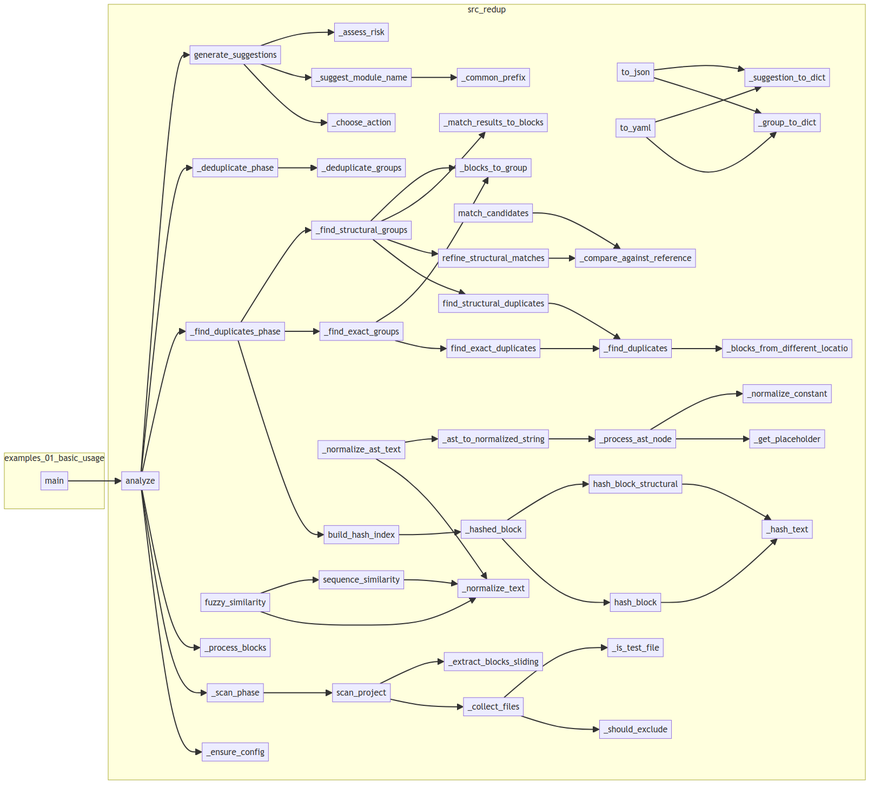
This is project/calls.png from semcod/redup, a Mermaid export, as it was before one commit. Its source is kept beside it as project/calls.mmd.
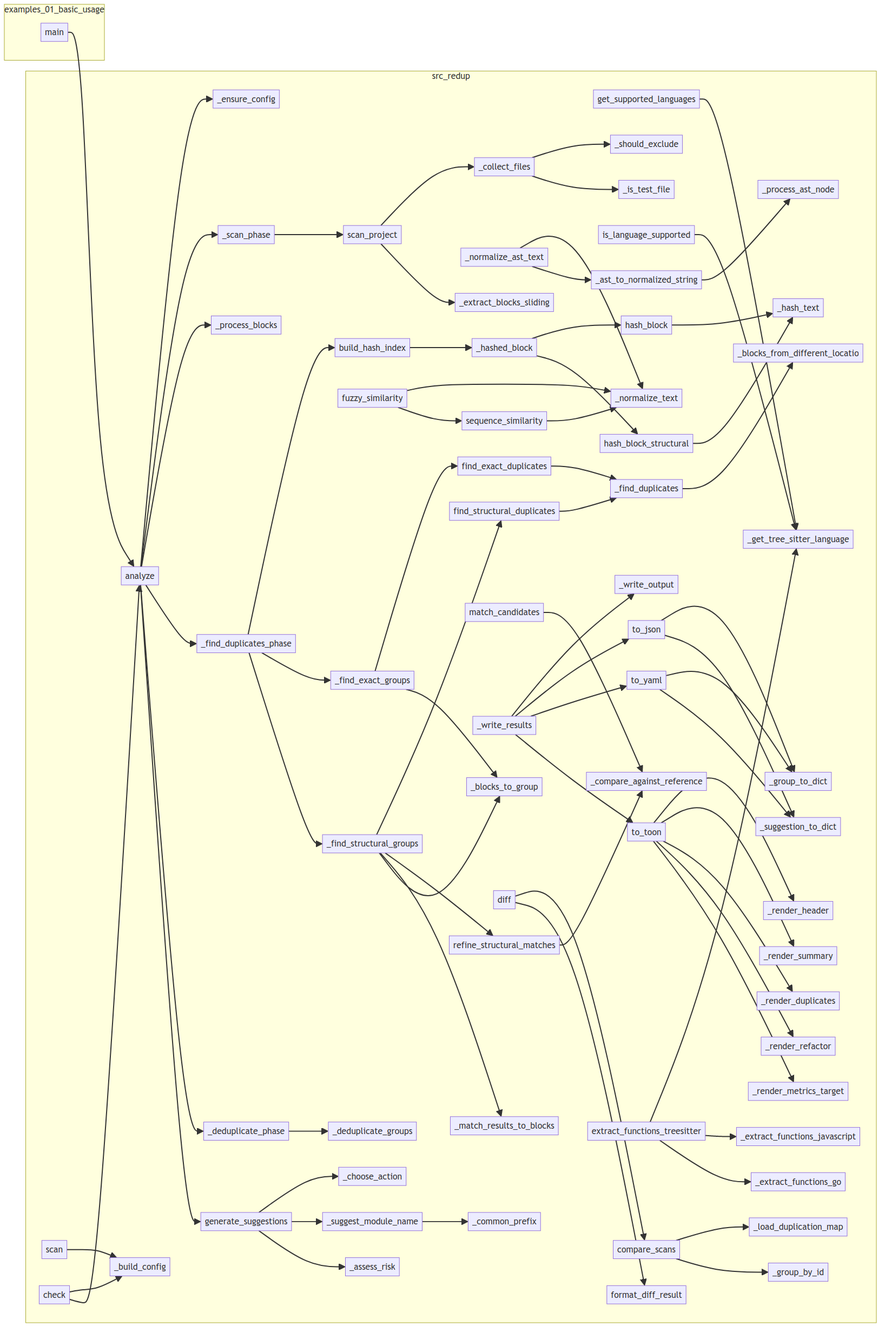
The same diagram one commit later.

The edit, as a diff of the source:
```diff
@@ -3,51 +3,71 @@
         examples__01_basic_usage__main["main"]
     end
     subgraph src_redup
-        src__redup__core__planner___common_prefix["_common_prefix"]
+        src__redup__core__matcher__sequence_similarity["sequence_similarity"]
+        src__redup__core__hasher___normalize_ast_text["_normalize_ast_text"]
+        src__redup__core__pipeline___find_exact_groups["_find_exact_groups"]
+        src__redup__core__differ___group_by_id["_group_by_id"]
+        src__get_supported_languages["get_supported_languages"]
+        src___ast_to_normalized_string["_ast_to_normalized_string"]
+        src___render_header["_render_header"]
+        src__redup__core__hasher__find_exact_duplicates["find_exact_duplicates"]
         src__redup__core__planner___assess_risk["_assess_risk"]
-        src__redup__core__hasher__find_exact_duplicates["find_exact_duplicates"]
-        src__redup__core__hasher___normalize_text["_normalize_text"]
-        src__redup__core__planner___suggest_module_name["_suggest_module_name"]
-        src__redup__core__pipeline___deduplicate_groups["_deduplicate_groups"]
-        src__redup__core__matcher__sequence_similarity["sequence_similarity"]
-        src__redup__core__matcher__match_candidates["match_candidates"]
-        src__redup__core__pipeline___find_duplicates_phase["_find_duplicates_phase"]
-        src__redup__core__hasher___hashed_block["_hashed_block"]
-        src__redup__core__pipeline___ensure_config["_ensure_config"]
-        src__redup__reporters__json_reporter__to_json["to_json"]
-        src__redup__core__hasher___normalize_constant["_normalize_constant"]
-        src__redup__core__scanner___extract_blocks_sliding["_extract_blocks_sliding"]
-        src__redup__core__pipeline___find_exact_groups["_find_exact_groups"]
-        src__redup__reporters__yaml_reporter__to_yaml["to_yaml"]
-        src__refine_structural_matches["refine_structural_matches"]
-        src__redup__core__pipeline___deduplicate_phase["_deduplicate_phase"]
+        src__redup__core__matcher__fuzzy_similarity["fuzzy_similarity"]
+        src__redup__core__hasher___find_duplicates["_find_duplicates"]
+        src__redup__cli_app__main__scan["scan"]
         src___match_results_to_blocks["_match_results_to_blocks"]
-        src__redup__core__hasher__hash_block_structural["hash_block_structural"]
-        src__redup__core__scanner___collect_files["_collect_files"]
-        src___ast_to_normalized_string["_ast_to_normalized_string"]
-        src__redup__core__planner___choose_action["_choose_action"]
-        src__redup__core__matcher__fuzzy_similarity["fuzzy_similarity"]
-        src__redup__core__scanner___is_test_file["_is_test_file"]
+        src___render_metrics_target["_render_metrics_target"]
+        src___extract_functions_javascript["_extract_functions_javascript"]
+        src__redup__core__pipeline___blocks_to_group["_blocks_to_group"]
         src___suggestion_to_dict["_suggestion_to_dict"]
         src__redup__core__pipeline__analyze["analyze"]
-        src__redup__core__pipeline___blocks_to_group["_blocks_to_group"]
+        src___blocks_from_different_locations["_blocks_from_different_locatio"]
+        src___render_summary["_render_summary"]
+        src__redup__core__pipeline___ensure_config["_ensure_config"]
         src__redup__core__hasher___hash_text["_hash_text"]
+        src__is_language_supported["is_language_supported"]
+        src__redup__core__scanner___should_exclude["_should_exclude"]
+        src___render_refactor["_render_refactor"]
+        src__find_structural_duplicates["find_structural_duplicates"]
+        src__redup__core__differ__format_diff_result["format_diff_result"]
+        src___get_tree_sitter_language["_get_tree_sitter_language"]
+        src__redup__core__planner___common_prefix["_common_prefix"]
+        src__redup__reporters__yaml_reporter__to_yaml["to_yaml"]
+        src__redup__core__pipeline___find_duplicates_phase["_find_duplicates_phase"]
+        src__redup__core__differ___load_duplication_map["_load_duplication_map"]
+        src__redup__core__pipeline___deduplicate_groups["_deduplicate_groups"]
         src___compare_against_reference["_compare_against_reference"]
-        src__redup__core__hasher___normalize_ast_text["_normalize_ast_text"]
+        src__redup__core__scanner__scan_project["scan_project"]
         src__redup__core__hasher___process_ast_node["_process_ast_node"]
+        src__redup__cli_app__main__check["check"]
         src___find_structural_groups["_find_structural_groups"]
-        src__redup__core__hasher___find_duplicates["_find_duplicates"]
-        src__redup__core__pipeline___process_blocks["_process_blocks"]
-        src___blocks_from_different_locations["_blocks_from_different_locatio"]
-        src__redup__core__pipeline___scan_phase["_scan_phase"]
-        src__find_structural_duplicates["find_structural_duplicates"]
+        src__redup__core__hasher__build_hash_index["build_hash_index"]
+        src__redup__core__pipeline___deduplicate_phase["_deduplicate_phase"]
+        src__redup__core__planner___choose_action["_choose_action"]
+        src__redup__core__differ__compare_scans["compare_scans"]
+        src__redup__core__hasher___normalize_text["_normalize_text"]
+        src__redup__core__scanner___is_test_file["_is_test_file"]
+        src__redup__core__planner__generate_suggestions["generate_suggestions"]
+        src__redup__core__scanner___extract_blocks_sliding["_extract_blocks_sliding"]
         src___group_to_dict["_group_to_dict"]
         src__redup__core__hasher__hash_block["hash_block"]
-        src__redup__core__hasher__build_hash_index["build_hash_index"]
-        src__redup__core__scanner___should_exclude["_should_exclude"]
-        src__redup__core__hasher___get_placeholder["_get_placeholder"]
-        src__redup__core__planner__generate_suggestions["generate_suggestions"]
-        src__redup__core__scanner__scan_project["scan_project"]
+        src___extract_functions_go["_extract_functions_go"]
+        src__redup__core__matcher__match_candidates["match_candidates"]
+        src__redup__cli_app__main___build_config["_build_config"]
+        src__redup__core__planner___suggest_module_name["_suggest_module_name"]
+        src__redup__reporters__toon_reporter__to_toon["to_toon"]
+        src__redup__cli_app__main___write_output["_write_output"]
+        src__extract_functions_treesitter["extract_functions_treesitter"]
+        src__redup__core__pipeline___scan_phase["_scan_phase"]
+        src__redup__cli_app__main___write_results["_write_results"]
+        src__redup__core__hasher__hash_block_structural["hash_block_structural"]
+        src__redup__reporters__json_reporter__to_json["to_json"]
+        src__redup__core__hasher___hashed_block["_hashed_block"]
+        src__redup__cli_app__main__diff["diff"]
+        src__redup__core__scanner___collect_files["_collect_files"]
+        src__redup__core__pipeline___process_blocks["_process_blocks"]
+        src___render_duplicates["_render_duplicates"]
+        src__refine_structural_matches["refine_structural_matches"]
     end
     examples__01_basic_usage__main --> src__redup__core__pipeline__analyze
     src__redup__core__planner___suggest_module_name --> src__redup__core__planner___common_prefix
@@ -75,15 +95,30 @@
     src___find_structural_groups --> src___match_results_to_blocks
     src___find_structural_groups --> src__redup__core__pipeline___blocks_to_group
     src__redup__core__pipeline___deduplicate_phase --> src__redup__core__pipeline___deduplicate_groups
+    src__extract_functions_treesitter --> src___get_tree_sitter_language
+    src__extract_functions_treesitter --> src___extract_functions_javascript
+    src__extract_functions_treesitter --> src___extract_functions_go
+    src__get_supported_languages --> src___get_tree_sitter_language
+    src__is_language_supported --> src___get_tree_sitter_language
     src__redup__reporters__json_reporter__to_json --> src___group_to_dict
     src__redup__reporters__json_reporter__to_json --> src___suggestion_to_dict
+    src__redup__reporters__toon_reporter__to_toon --> src___render_header
+    src__redup__reporters__toon_reporter__to_toon --> src___render_summary
+    src__redup__reporters__toon_reporter__to_toon --> src___render_duplicates
+    src__redup__reporters__toon_reporter__to_toon --> src___render_refactor
+    src__redup__reporters__toon_reporter__to_toon --> src___render_metrics_target
     src__redup__reporters__yaml_reporter__to_yaml --> src___group_to_dict
     src__redup__reporters__yaml_reporter__to_yaml --> src___suggestion_to_dict
+    src__redup__core__differ__compare_scans --> src__redup__core__differ___load_duplication_map
+    src__redup__core__differ__compare_scans --> src__redup__core__differ___group_by_id
+    src__redup__core__matcher__sequence_similarity --> src__redup__core__hasher___normalize_text
+    src__redup__core__matcher__fuzzy_similarity --> src__redup__core__hasher___normalize_text
+    src__redup__core__matcher__fuzzy_similarity --> src__redup__core__matcher__sequence_similarity
+    src__redup__core__matcher__match_candidates --> src___compare_against_reference
+    src__refine_structural_matches --> src___compare_against_reference
     src__redup__core__hasher___normalize_ast_text --> src__redup__core__hasher___normalize_text
     src__redup__core__hasher___normalize_ast_text --> src___ast_to_normalized_string
     src___ast_to_normalized_string --> src__redup__core__hasher___process_ast_node
-    src__redup__core__hasher___process_ast_node --> src__redup__core__hasher___get_placeholder
-    src__redup__core__hasher___process_ast_node --> src__redup__core__hasher___normalize_constant
     src__redup__core__hasher__hash_block --> src__redup__core__hasher___hash_text
     src__redup__core__hasher__hash_block_structural --> src__redup__core__hasher___hash_text
     src__redup__core__hasher___hashed_block --> src__redup__core__hasher__hash_block
@@ -92,8 +127,12 @@
     src__redup__core__hasher___find_duplicates --> src___blocks_from_different_locations
     src__redup__core__hasher__find_exact_duplicates --> src__redup__core__hasher___find_duplicates
     src__find_structural_duplicates --> src__redup__core__hasher___find_duplicates
-    src__redup__core__matcher__sequence_similarity --> src__redup__core__hasher___normalize_text
-    src__redup__core__matcher__fuzzy_similarity --> src__redup__core__hasher___normalize_text
-    src__redup__core__matcher__fuzzy_similarity --> src__redup__core__matcher__sequence_similarity
-    src__redup__core__matcher__match_candidates --> src___compare_against_reference
-    src__refine_structural_matches --> src___compare_against_reference
+    src__redup__cli_app__main___write_results --> src__redup__cli_app__main___write_output
+    src__redup__cli_app__main___write_results --> src__redup__reporters__json_reporter__to_json
+    src__redup__cli_app__main___write_results --> src__redup__reporters__yaml_reporter__to_yaml
+    src__redup__cli_app__main___write_results --> src__redup__reporters__toon_reporter__to_toon
+    src__redup__cli_app__main__scan --> src__redup__cli_app__main___build_config
+    src__redup__cli_app__main__diff --> src__redup__core__differ__compare_scans
+    src__redup__cli_app__main__diff --> src__redup__core__differ__format_diff_result
+    src__redup__cli_app__main__check --> src__redup__cli_app__main___build_config
+    src__redup__cli_app__main__check --> src__redup__core__pipeline__analyze
```
